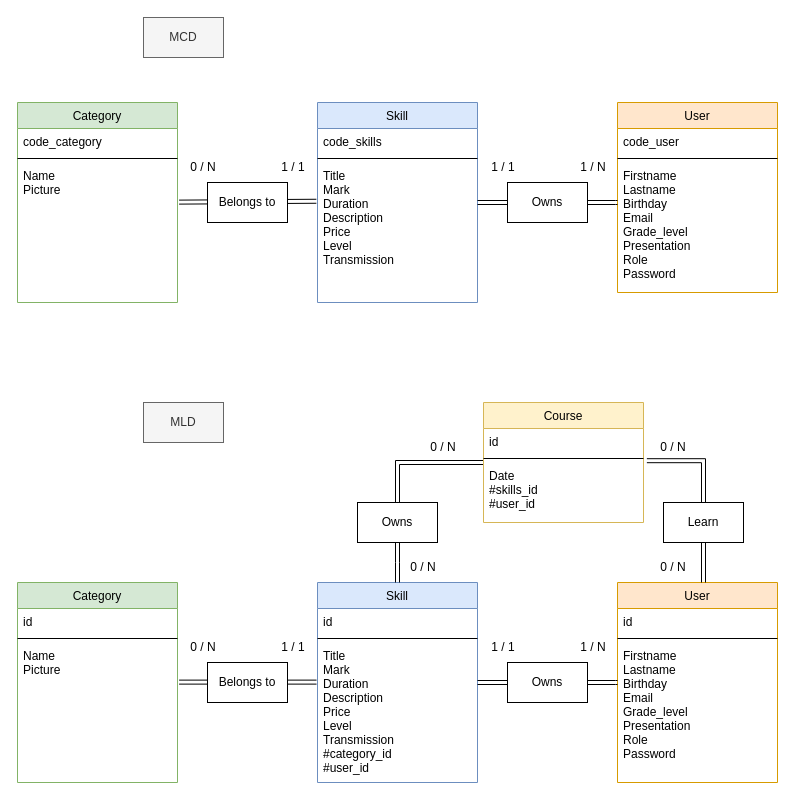
The draw.io diagram SkillSwap MCD.drawio in MichaelKrakowiak/Draw.io, before the edit. Source tidied: cells renumbered, new cells numbered last; positions are measured from the earlier drawing's top-left corner, leaving out a move shared by most shapes. Both pictures are drawn from the tidied source at 100%, with x=0, y=0 at pixel (17, 17).
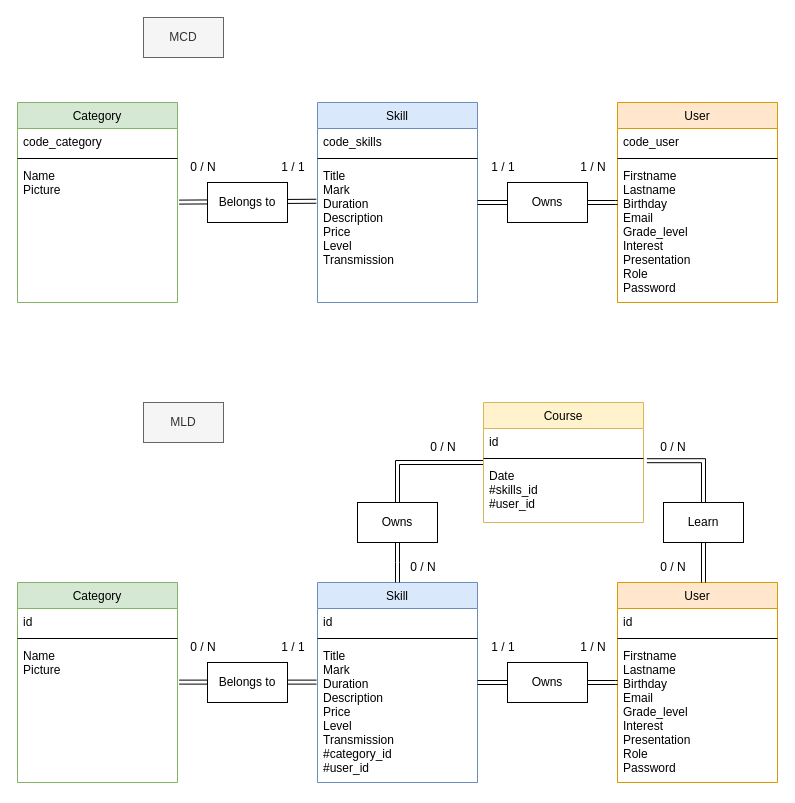
Above is the later version.

Commit message:
Mettre à jour SkillSwap MCD.drawio

Unchanged cells that the change refers to:
```xml
<mxCell id="26" value="User" style="swimlane;fontStyle=0;align=center;verticalAlign=top;horizontal=1;startSize=26;rounded=0;shadow=0;strokeWidth=1;fillColor=#ffe6cc;strokeColor=#d79b00;" parent="1" vertex="1">
  <mxGeometry x="600" y="565" width="160" height="200" as="geometry" />
</mxCell>
```

Diff of the diagram source:
```diff
@@
     <mxCell id="6" value="User" style="swimlane;fontStyle=0;align=center;verticalAlign=top;horizontal=1;startSize=26;rounded=0;shadow=0;strokeWidth=1;fillColor=#ffe6cc;strokeColor=#d79b00;" parent="1" vertex="1">
-      <mxGeometry x="600" y="85" width="160" height="190" as="geometry" />
+      <mxGeometry x="600" y="85" width="160" height="200" as="geometry" />
     </mxCell>
@@
-    <mxCell id="9" value="Firstname&#10;Lastname&#10;Birthday&#10;Email&#10;Grade_level&#10;Presentation&#10;Role&#10;Password" style="text;align=left;verticalAlign=top;spacingLeft=4;spacingRight=4;overflow=hidden;" parent="6" vertex="1">
-      <mxGeometry y="60" width="160" height="120" as="geometry" />
+    <mxCell id="9" value="Firstname&#10;Lastname&#10;Birthday&#10;Email&#10;Grade_level&#10;Interest&#10;Presentation&#10;Role&#10;Password" style="text;align=left;verticalAlign=top;spacingLeft=4;spacingRight=4;overflow=hidden;" parent="6" vertex="1">
+      <mxGeometry y="60" width="160" height="140" as="geometry" />
     </mxCell>
@@
-    <mxCell id="29" value="Firstname&#10;Lastname&#10;Birthday&#10;Email&#10;Grade_level&#10;Presentation&#10;Role&#10;Password" style="text;align=left;verticalAlign=top;spacingLeft=4;spacingRight=4;overflow=hidden;" parent="26" vertex="1">
-      <mxGeometry y="60" width="160" height="120" as="geometry" />
+    <mxCell id="29" value="Firstname&#10;Lastname&#10;Birthday&#10;Email&#10;Grade_level&#10;Interest&#10;Presentation&#10;Role&#10;Password" style="text;align=left;verticalAlign=top;spacingLeft=4;spacingRight=4;overflow=hidden;" parent="26" vertex="1">
+      <mxGeometry y="60" width="160" height="140" as="geometry" />
     </mxCell>
```
